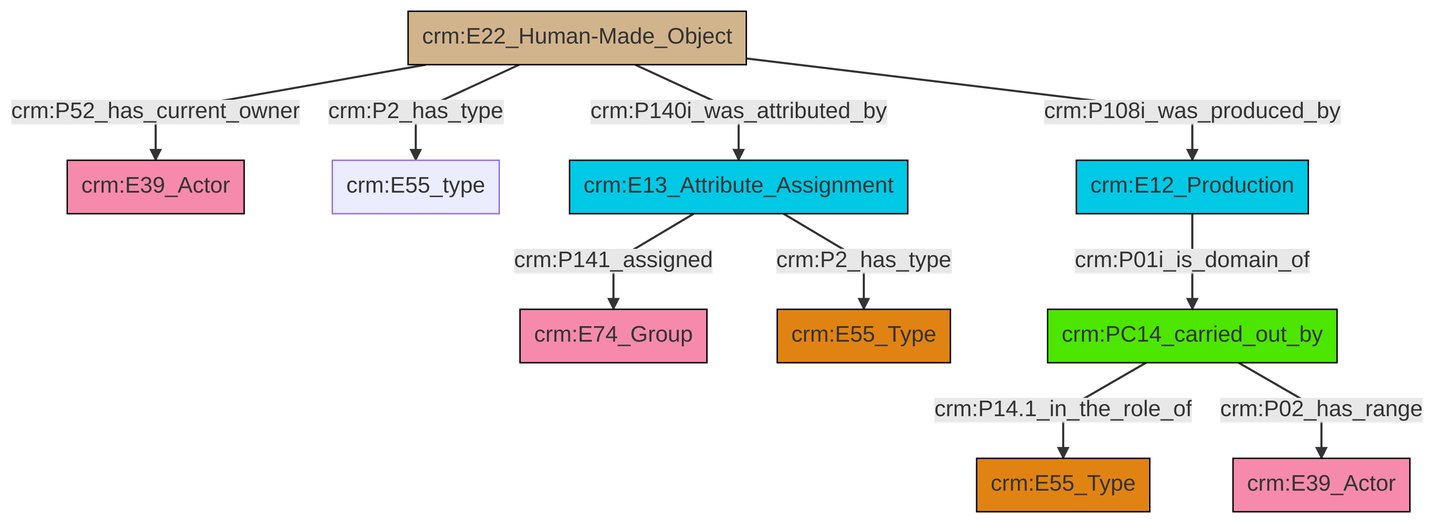
Above: et/builtWorkCSV/ttl/mmd/png/Built_Work_actor_relations.png in swiss-art-research-net/docs.swissartresearch (Mermaid), before the change. Its source is kept beside it as et/builtWorkCSV/ttl/mmd/Built_Work_actor_relations.ttl.mmd.
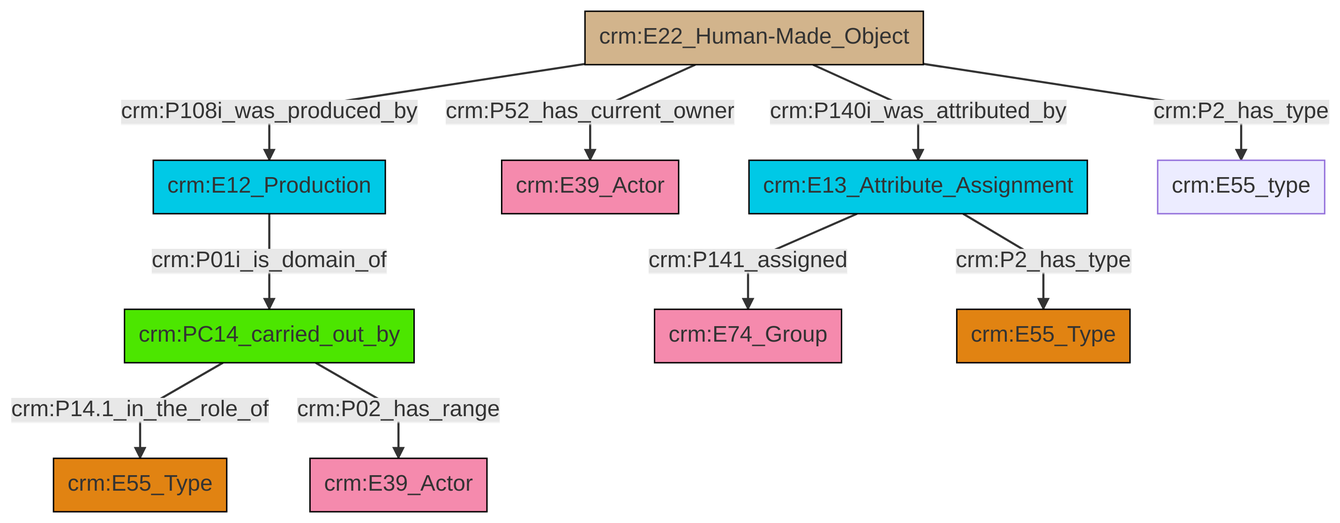
The same file after the commit.

Change to the diagram source:
```diff
@@ -13,12 +13,12 @@
 classDef PC_Classes fill:#4ce600, stroke:#000000;
 classDef Multi fill:#cccccc,stroke:#000000;
 
-0["crm:E22_Human-Made_Object"]:::Physical_Thing -->|crm:P52_has_current_owner| 1["crm:E39_Actor"]:::Actor
-5["crm:E13_Attribute_Assignment"]:::Temporal_Entity -->|crm:P141_assigned| 6["crm:E74_Group"]:::Actor
-7["crm:PC14_carried_out_by"]:::PC_Classes -->|crm:P14.1_in_the_role_of| 9["crm:E55_Type"]:::Type
-5["crm:E13_Attribute_Assignment"]:::Temporal_Entity -->|crm:P2_has_type| 10["crm:E55_Type"]:::Type
-15["crm:E12_Production"]:::Temporal_Entity -->|crm:P01i_is_domain_of| 7["crm:PC14_carried_out_by"]:::PC_Classes
-0["crm:E22_Human-Made_Object"]:::Physical_Thing -->|crm:P2_has_type| 16["crm:E55_type"]:::Default
-7["crm:PC14_carried_out_by"]:::PC_Classes -->|crm:P02_has_range| 2["crm:E39_Actor"]:::Actor
-0["crm:E22_Human-Made_Object"]:::Physical_Thing -->|crm:P140i_was_attributed_by| 5["crm:E13_Attribute_Assignment"]:::Temporal_Entity
-0["crm:E22_Human-Made_Object"]:::Physical_Thing -->|crm:P108i_was_produced_by| 15["crm:E12_Production"]:::Temporal_Entity
+0["crm:E22_Human-Made_Object"]:::Physical_Thing -->|crm:P108i_was_produced_by| 1["crm:E12_Production"]:::Temporal_Entity
+0["crm:E22_Human-Made_Object"]:::Physical_Thing -->|crm:P52_has_current_owner| 4["crm:E39_Actor"]:::Actor
+7["crm:E13_Attribute_Assignment"]:::Temporal_Entity -->|crm:P141_assigned| 5["crm:E74_Group"]:::Actor
+11["crm:PC14_carried_out_by"]:::PC_Classes -->|crm:P14.1_in_the_role_of| 12["crm:E55_Type"]:::Type
+7["crm:E13_Attribute_Assignment"]:::Temporal_Entity -->|crm:P2_has_type| 15["crm:E55_Type"]:::Type
+0["crm:E22_Human-Made_Object"]:::Physical_Thing -->|crm:P140i_was_attributed_by| 7["crm:E13_Attribute_Assignment"]:::Temporal_Entity
+11["crm:PC14_carried_out_by"]:::PC_Classes -->|crm:P02_has_range| 19["crm:E39_Actor"]:::Actor
+1["crm:E12_Production"]:::Temporal_Entity -->|crm:P01i_is_domain_of| 11["crm:PC14_carried_out_by"]:::PC_Classes
+0["crm:E22_Human-Made_Object"]:::Physical_Thing -->|crm:P2_has_type| 2["crm:E55_type"]:::Default
```
